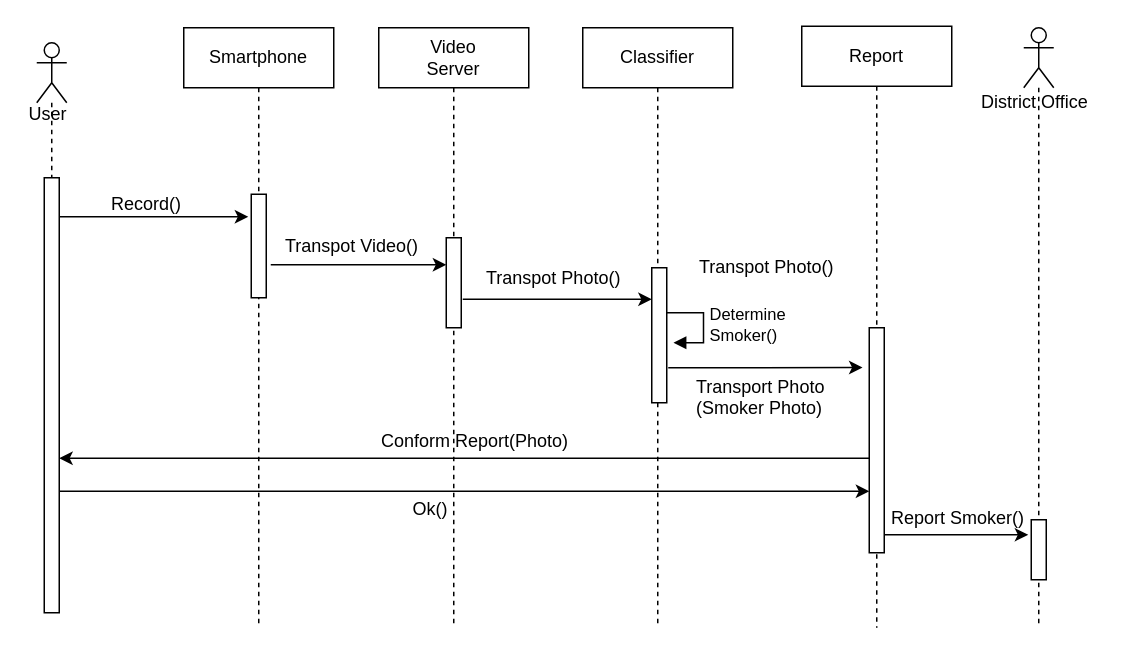
This is Sequence.drawio from sogongteam14/doc, a draw.io file, before an edit. Source tidied: cells renumbered, new cells numbered last; positions are measured from the earlier drawing's top-left corner, leaving out a move shared by most shapes. Both pictures are drawn from the tidied source at 150%, with x=0, y=0 at pixel (26, 26).
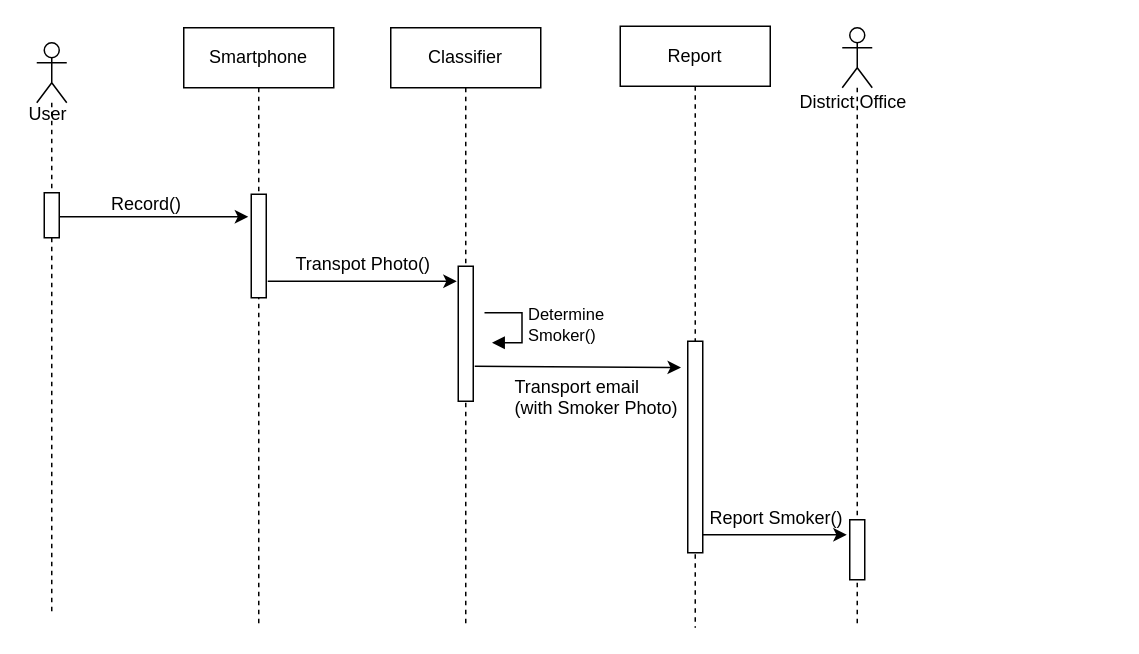
Above is the later version.

The change refers to these unchanged cells:
```xml
<mxCell id="2" style="group;" parent="1" vertex="1">
  <mxGeometry width="725" height="401" as="geometry" />
</mxCell>
<mxCell id="20" style="shape=umlLifeline;participant=umlActor;perimeter=lifelinePerimeter;whiteSpace=wrap;html=1;verticalAlign=top;spacingTop=36;labelBackgroundColor=#ffffff;" parent="2" vertex="1">
  <mxGeometry x="7" y="11" width="20" height="380" as="geometry" />
</mxCell>
```

Diff of the diagram source:
```diff
@@
     <mxCell id="3" value="&lt;span&gt;Report&lt;/span&gt;&lt;br&gt;" style="shape=umlLifeline;perimeter=lifelinePerimeter;whiteSpace=wrap;html=1;" parent="2" vertex="1">
-      <mxGeometry x="517" width="100" height="401" as="geometry" />
+      <mxGeometry x="396" width="100" height="401" as="geometry" />
     </mxCell>
     <mxCell id="4" value="&lt;span&gt;Classifier&lt;/span&gt;&lt;br&gt;" style="shape=umlLifeline;perimeter=lifelinePerimeter;whiteSpace=wrap;html=1;" parent="2" vertex="1">
-      <mxGeometry x="371" y="1" width="100" height="400" as="geometry" />
+      <mxGeometry x="243" y="1" width="100" height="400" as="geometry" />
     </mxCell>
-    <mxCell id="5" value="&lt;span&gt;Video&lt;/span&gt;&lt;br&gt;&lt;span&gt;Server&lt;/span&gt;&lt;br&gt;" style="shape=umlLifeline;perimeter=lifelinePerimeter;whiteSpace=wrap;html=1;" parent="2" vertex="1">
-      <mxGeometry x="235" y="1" width="100" height="400" as="geometry" />
-    </mxCell>
@@
-    <mxCell id="8" style="html=1;perimeter=orthogonalPerimeter;" parent="2" vertex="1">
-      <mxGeometry x="280" y="141" width="10" height="60" as="geometry" />
-    </mxCell>
     <mxCell id="9" style="html=1;points=[];perimeter=orthogonalPerimeter;" parent="2" vertex="1">
-      <mxGeometry x="417" y="161" width="10" height="90" as="geometry" />
+      <mxGeometry x="288" y="160" width="10" height="90" as="geometry" />
     </mxCell>
     <mxCell id="10" style="html=1;perimeter=orthogonalPerimeter;" parent="2" vertex="1">
-      <mxGeometry x="562" y="201" width="10" height="150" as="geometry" />
+      <mxGeometry x="441" y="210" width="10" height="141" as="geometry" />
     </mxCell>
     <mxCell id="11" style="endArrow=classic;html=1;exitX=1.1;exitY=0.565;exitDx=0;exitDy=0;exitPerimeter=0;" parent="2" edge="1">
       <mxGeometry relative="1" as="geometry">
-        <mxPoint x="291" y="182" as="sourcePoint" />
-        <mxPoint x="417" y="182" as="targetPoint" />
+        <mxPoint x="161" y="170" as="sourcePoint" />
+        <mxPoint x="287" y="170" as="targetPoint" />
       </mxGeometry>
     </mxCell>
-    <mxCell id="12" style="endArrow=classic;html=1;exitX=1.3;exitY=0.49;exitDx=0;exitDy=0;exitPerimeter=0;" parent="2" edge="1">
-      <mxGeometry relative="1" as="geometry">
-        <mxPoint x="163" y="159" as="sourcePoint" />
-        <mxPoint x="280" y="159" as="targetPoint" />
-      </mxGeometry>
-    </mxCell>
@@
-    <mxCell id="15" value="Transpot Video()" style="text;html=1;align=left;verticalAlign=top;spacingTop=-4;" parent="2" vertex="1">
-      <mxGeometry x="171" y="137" width="100" height="20" as="geometry" />
-    </mxCell>
     <mxCell id="16" value="Transpot Photo()" style="text;html=1;align=left;verticalAlign=top;spacingTop=-4;" parent="2" vertex="1">
-      <mxGeometry x="305" y="158" width="100" height="20" as="geometry" />
+      <mxGeometry x="178" y="149" width="100" height="20" as="geometry" />
     </mxCell>
-    <mxCell id="17" value="Transpot Photo()" style="text;html=1;align=left;verticalAlign=top;spacingTop=-4;" parent="2" vertex="1">
-      <mxGeometry x="446.5" y="151" width="100" height="20" as="geometry" />
-    </mxCell>
     <mxCell id="18" style="endArrow=classic;html=1;exitX=1.1;exitY=0.741;exitDx=0;exitDy=0;exitPerimeter=0;" parent="2" edge="1" source="9">
       <mxGeometry relative="1" as="geometry">
-        <mxPoint x="557.5" y="227.5" as="targetPoint" />
+        <mxPoint x="436.5" y="227.5" as="targetPoint" />
       </mxGeometry>
     </mxCell>
-    <mxCell id="19" style="endArrow=classic;html=1;exitX=0.017;exitY=0.852;exitDx=0;exitDy=0;exitPerimeter=0;" parent="2" edge="1">
-      <mxGeometry relative="1" as="geometry">
-        <mxPoint x="562" y="288" as="sourcePoint" />
-        <mxPoint x="22" y="288" as="targetPoint" />
-      </mxGeometry>
-    </mxCell>
@@
     <mxCell id="21" style="html=1;perimeter=orthogonalPerimeter;" parent="20" vertex="1">
-      <mxGeometry x="5" y="90" width="10" height="290" as="geometry" />
+      <mxGeometry x="5" y="100" width="10" height="30" as="geometry" />
     </mxCell>
     <mxCell id="22" style="shape=umlLifeline;participant=umlActor;perimeter=lifelinePerimeter;whiteSpace=wrap;html=1;verticalAlign=top;spacingTop=36;labelBackgroundColor=#ffffff;" parent="2" vertex="1">
-      <mxGeometry x="665" y="1" width="20" height="400" as="geometry" />
+      <mxGeometry x="544" y="1" width="20" height="400" as="geometry" />
     </mxCell>
-    <mxCell id="23" style="endArrow=classic;html=1;entryX=-0.033;entryY=0.802;entryDx=0;entryDy=0;entryPerimeter=0;" parent="2" edge="1">
-      <mxGeometry relative="1" as="geometry">
-        <mxPoint x="22" y="310" as="sourcePoint" />
-        <mxPoint x="562" y="310" as="targetPoint" />
-      </mxGeometry>
-    </mxCell>
     <mxCell id="24" style="html=1;perimeter=orthogonalPerimeter;" parent="2" vertex="1">
-      <mxGeometry x="670" y="329" width="10" height="40" as="geometry" />
+      <mxGeometry x="549" y="329" width="10" height="40" as="geometry" />
     </mxCell>
     <mxCell id="25" style="endArrow=classic;html=1;entryX=-0.167;entryY=0.442;entryDx=0;entryDy=0;entryPerimeter=0;" parent="2" edge="1">
       <mxGeometry relative="1" as="geometry">
-        <mxPoint x="572" y="339" as="sourcePoint" />
-        <mxPoint x="668" y="339" as="targetPoint" />
+        <mxPoint x="451" y="339" as="sourcePoint" />
+        <mxPoint x="547" y="339" as="targetPoint" />
       </mxGeometry>
     </mxCell>
-    <mxCell id="26" value="Conform Report(Photo)" style="text;html=1;align=left;verticalAlign=top;spacingTop=-4;" parent="2" vertex="1">
-      <mxGeometry x="235" y="267" width="140" height="20" as="geometry" />
-    </mxCell>
-    <mxCell id="27" value="Ok()" style="text;html=1;align=left;verticalAlign=top;spacingTop=-4;" parent="2" vertex="1">
-      <mxGeometry x="256" y="312" width="40" height="20" as="geometry" />
-    </mxCell>
     <mxCell id="28" value="Report Smoker()" style="text;html=1;align=left;verticalAlign=top;spacingTop=-4;" parent="2" vertex="1">
-      <mxGeometry x="575" y="318" width="100" height="20" as="geometry" />
+      <mxGeometry x="454" y="318" width="100" height="20" as="geometry" />
     </mxCell>
     <mxCell id="29" value="Determine&lt;br&gt;Smoker()&lt;br&gt;" style="edgeStyle=orthogonalEdgeStyle;html=1;align=left;spacingLeft=2;endArrow=block;rounded=0;entryX=1;entryY=0;" parent="2" edge="1">
       <mxGeometry relative="1" as="geometry">
-        <mxPoint x="426.5" y="191" as="sourcePoint" />
-        <mxPoint x="431.5" y="211" as="targetPoint" />
+        <mxPoint x="305.5" y="191" as="sourcePoint" />
+        <mxPoint x="310.5" y="211" as="targetPoint" />
         <Array as="points">
-          <mxPoint x="451.5" y="191" />
+          <mxPoint x="330.5" y="191" />
         </Array>
       </mxGeometry>
     </mxCell>
-    <mxCell id="30" value="Transport Photo &lt;br&gt;(Smoker&amp;nbsp;Photo)&lt;br&gt;" style="text;html=1;align=left;verticalAlign=top;spacingTop=-4;" parent="2" vertex="1">
-      <mxGeometry x="444.5" y="231" width="100" height="30" as="geometry" />
+    <mxCell id="30" value="Transport email&amp;nbsp;&lt;br&gt;(with Smoker&amp;nbsp;Photo)&lt;br&gt;" style="text;html=1;align=left;verticalAlign=top;spacingTop=-4;" parent="2" vertex="1">
+      <mxGeometry x="323.5" y="231" width="120" height="30" as="geometry" />
     </mxCell>
     <mxCell id="31" value="District Office" style="text;html=1;align=left;verticalAlign=top;spacingTop=-4;" parent="2" vertex="1">
-      <mxGeometry x="635" y="41" width="90" height="20" as="geometry" />
+      <mxGeometry x="514" y="41" width="90" height="20" as="geometry" />
     </mxCell>
```
